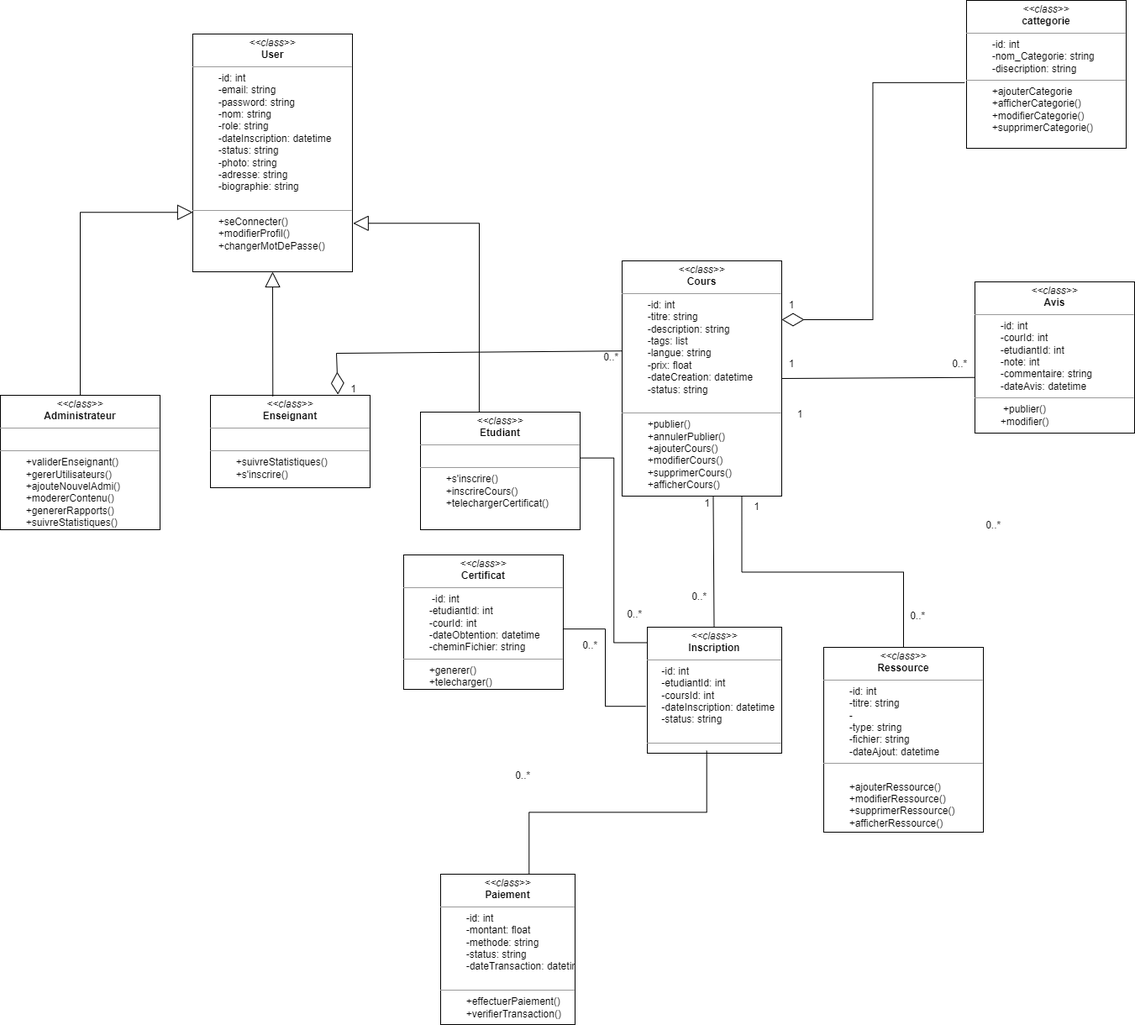
This is project/Z.les diagram/Digram_de_class.drawio.png from ridasersif/Digital-School-Le-fil-rouge, a draw.io export, as it was before one commit. Source tidied: cells renumbered, new cells last; positions are measured from the earlier drawing's top-left corner, leaving out a move shared by most shapes.
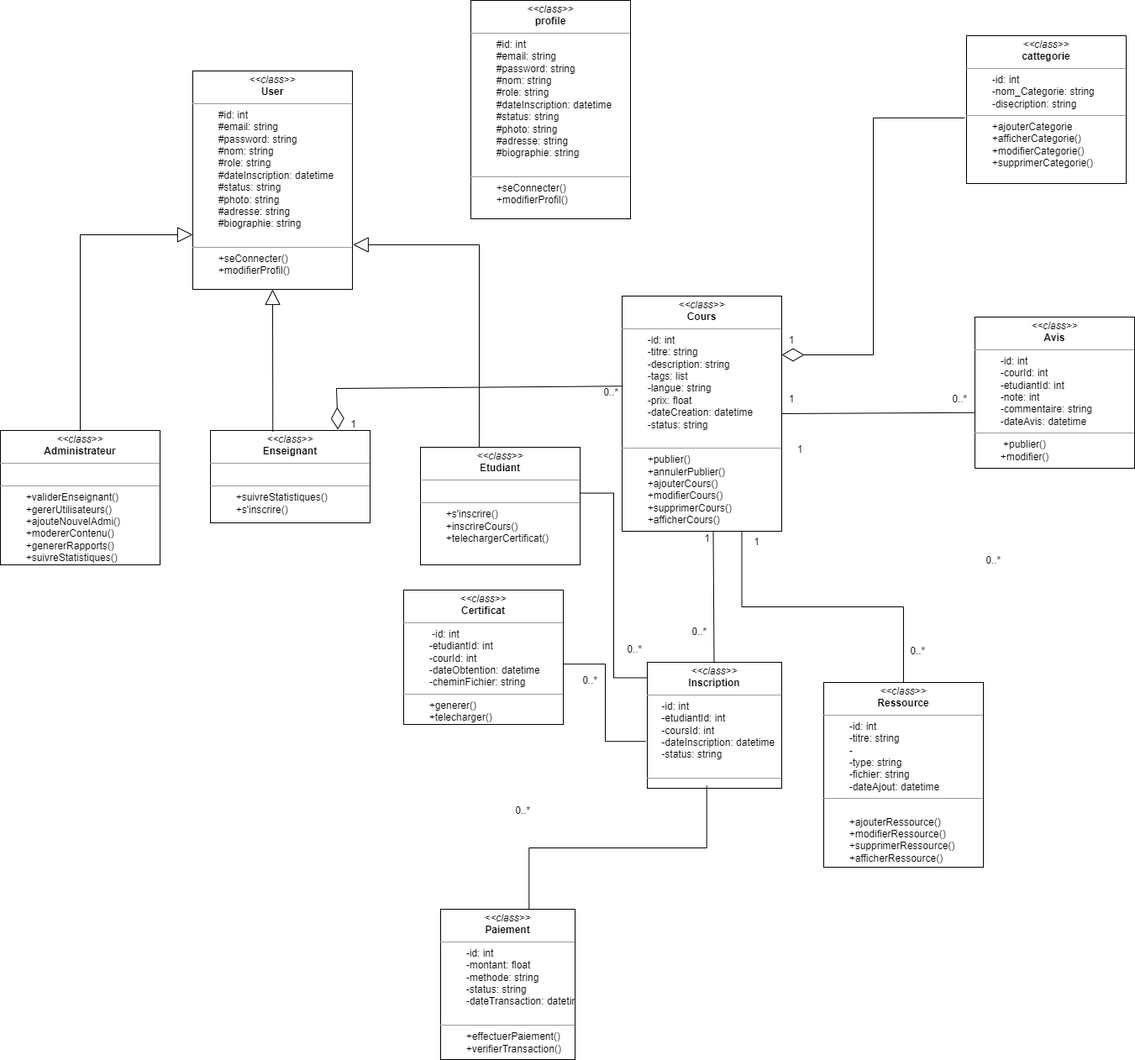
After the change.

Diff of the diagram source:
```diff
@@ -8,8 +8,8 @@
     <mxCell id="3" value="&lt;p style=&quot;margin:0px;margin-top:4px;text-align:center;&quot;&gt;&lt;i&gt;&amp;lt;&amp;lt;class&amp;gt;&amp;gt;&lt;/i&gt;&lt;br&gt;&lt;b&gt;Administrateur&lt;/b&gt;&lt;/p&gt;&lt;hr size=&quot;1&quot;&gt;&lt;p style=&quot;margin:0px;margin-left:4px;&quot;&gt;&lt;span style=&quot;white-space: pre;&quot;&gt;&#9;&lt;/span&gt;&lt;/p&gt;&lt;hr size=&quot;1&quot;&gt;&lt;p style=&quot;margin: 0px 0px 0px 4px;&quot;&gt;&lt;span style=&quot;white-space: pre;&quot;&gt;&#9;&lt;/span&gt;+validerEnseignant()&lt;/p&gt;&lt;p style=&quot;margin: 0px 0px 0px 4px;&quot;&gt;&amp;nbsp; &amp;nbsp; &amp;nbsp; &amp;nbsp; +gererUtilisateurs()&lt;/p&gt;&lt;p style=&quot;margin: 0px 0px 0px 4px;&quot;&gt;&lt;span style=&quot;white-space-collapse: preserve;&quot;&gt;&#9;&lt;/span&gt;+ajouteNouvelAdmi()&lt;/p&gt;&lt;p style=&quot;margin: 0px 0px 0px 4px;&quot;&gt;&amp;nbsp; &amp;nbsp; &amp;nbsp; &amp;nbsp; +modererContenu()&lt;/p&gt;&lt;p style=&quot;margin: 0px 0px 0px 4px;&quot;&gt;&amp;nbsp; &amp;nbsp; &amp;nbsp; &amp;nbsp; +genererRapports()&lt;/p&gt;&lt;p style=&quot;margin: 0px 0px 0px 4px;&quot;&gt;&lt;span style=&quot;white-space: pre;&quot;&gt;&#9;&lt;/span&gt;&lt;span style=&quot;background-color: transparent; color: light-dark(rgb(0, 0, 0), rgb(255, 255, 255));&quot;&gt;+suivreStatistiques()&lt;/span&gt;&lt;br&gt;&lt;/p&gt;&lt;p style=&quot;margin: 0px 0px 0px 4px;&quot;&gt;&lt;br&gt;&lt;/p&gt;" style="verticalAlign=top;align=left;overflow=fill;fontSize=12;fontFamily=Helvetica;html=1;rounded=0;shadow=0;comic=0;labelBackgroundColor=none;strokeWidth=1;" parent="1" vertex="1">
       <mxGeometry y="470" width="190" height="160" as="geometry" />
     </mxCell>
-    <mxCell id="4" value="&lt;p style=&quot;margin: 4px 0px 0px; text-align: center;&quot;&gt;&lt;i&gt;&amp;lt;&amp;lt;class&amp;gt;&amp;gt;&lt;/i&gt;&lt;br&gt;&lt;b&gt;User&lt;/b&gt;&lt;/p&gt;&lt;hr size=&quot;1&quot;&gt;&lt;p style=&quot;margin: 0px 0px 0px 4px;&quot;&gt;&amp;nbsp; &amp;nbsp; &amp;nbsp; &amp;nbsp; -id: int&lt;/p&gt;&lt;p style=&quot;margin: 0px 0px 0px 4px;&quot;&gt;&amp;nbsp; &amp;nbsp; &amp;nbsp; &amp;nbsp; -email: string&lt;/p&gt;&lt;p style=&quot;margin: 0px 0px 0px 4px;&quot;&gt;&amp;nbsp; &amp;nbsp; &amp;nbsp; &amp;nbsp; -password: string&lt;/p&gt;&lt;p style=&quot;margin: 0px 0px 0px 4px;&quot;&gt;&amp;nbsp; &amp;nbsp; &amp;nbsp; &amp;nbsp; -nom: string&lt;/p&gt;&lt;p style=&quot;margin: 0px 0px 0px 4px;&quot;&gt;&amp;nbsp; &amp;nbsp; &amp;nbsp; &amp;nbsp; -role: string&lt;/p&gt;&lt;p style=&quot;margin: 0px 0px 0px 4px;&quot;&gt;&amp;nbsp; &amp;nbsp; &amp;nbsp; &amp;nbsp; -dateInscription: datetime&lt;/p&gt;&lt;p style=&quot;margin: 0px 0px 0px 4px;&quot;&gt;&amp;nbsp; &amp;nbsp; &amp;nbsp; &amp;nbsp; -status: string&lt;/p&gt;&lt;p style=&quot;margin: 0px 0px 0px 4px;&quot;&gt;&lt;span style=&quot;white-space-collapse: collapse;&quot;&gt;&lt;span style=&quot;white-space-collapse: preserve;&quot;&gt;&#9;&lt;/span&gt;-photo: string&lt;/span&gt;&lt;/p&gt;&lt;p style=&quot;margin: 0px 0px 0px 4px;&quot;&gt;&lt;span style=&quot;white-space-collapse: collapse;&quot;&gt;&lt;span style=&quot;white-space-collapse: preserve;&quot;&gt;&#9;&lt;/span&gt;-adresse: string&lt;/span&gt;&lt;/p&gt;&lt;p style=&quot;margin: 0px 0px 0px 4px;&quot;&gt;&lt;span style=&quot;white-space-collapse: collapse;&quot;&gt;&lt;span style=&quot;white-space-collapse: preserve;&quot;&gt;&#9;&lt;/span&gt;-biographie: string&lt;/span&gt;&lt;/p&gt;&lt;div&gt;&lt;br&gt;&lt;/div&gt;&lt;hr size=&quot;1&quot;&gt;&lt;p style=&quot;margin: 0px 0px 0px 4px;&quot;&gt;&amp;nbsp;&lt;span style=&quot;white-space: pre;&quot;&gt;&#9;&lt;/span&gt;+seConnecter()&lt;/p&gt;&lt;p style=&quot;margin: 0px 0px 0px 4px;&quot;&gt;&amp;nbsp; &amp;nbsp; &amp;nbsp; &amp;nbsp; +modifierProfil()&lt;/p&gt;&lt;p style=&quot;margin: 0px 0px 0px 4px;&quot;&gt;&amp;nbsp; &amp;nbsp; &amp;nbsp; &amp;nbsp; +changerMotDePasse()&lt;/p&gt;" style="verticalAlign=top;align=left;overflow=fill;fontSize=12;fontFamily=Helvetica;html=1;rounded=0;shadow=0;comic=0;labelBackgroundColor=none;strokeWidth=1;" parent="1" vertex="1">
-      <mxGeometry x="229" y="40" width="190" height="283" as="geometry" />
+    <mxCell id="4" value="&lt;p style=&quot;margin: 4px 0px 0px; text-align: center;&quot;&gt;&lt;i&gt;&amp;lt;&amp;lt;class&amp;gt;&amp;gt;&lt;/i&gt;&lt;br&gt;&lt;b&gt;User&lt;/b&gt;&lt;/p&gt;&lt;hr size=&quot;1&quot;&gt;&lt;p style=&quot;margin: 0px 0px 0px 4px;&quot;&gt;&amp;nbsp; &amp;nbsp; &amp;nbsp; &amp;nbsp; #id: int&lt;/p&gt;&lt;p style=&quot;margin: 0px 0px 0px 4px;&quot;&gt;&amp;nbsp; &amp;nbsp; &amp;nbsp; &amp;nbsp; #email: string&lt;/p&gt;&lt;p style=&quot;margin: 0px 0px 0px 4px;&quot;&gt;&amp;nbsp; &amp;nbsp; &amp;nbsp; &amp;nbsp; #password: string&lt;/p&gt;&lt;p style=&quot;margin: 0px 0px 0px 4px;&quot;&gt;&amp;nbsp; &amp;nbsp; &amp;nbsp; &amp;nbsp; #nom: string&lt;/p&gt;&lt;p style=&quot;margin: 0px 0px 0px 4px;&quot;&gt;&amp;nbsp; &amp;nbsp; &amp;nbsp; &amp;nbsp; #role: string&lt;/p&gt;&lt;p style=&quot;margin: 0px 0px 0px 4px;&quot;&gt;&amp;nbsp; &amp;nbsp; &amp;nbsp; &amp;nbsp; #dateInscription: datetime&lt;/p&gt;&lt;p style=&quot;margin: 0px 0px 0px 4px;&quot;&gt;&amp;nbsp; &amp;nbsp; &amp;nbsp; &amp;nbsp; #status: string&lt;/p&gt;&lt;p style=&quot;margin: 0px 0px 0px 4px;&quot;&gt;&lt;span style=&quot;white-space-collapse: collapse;&quot;&gt;&lt;span style=&quot;white-space-collapse: preserve;&quot;&gt;&#9;&lt;/span&gt;#photo: string&lt;/span&gt;&lt;/p&gt;&lt;p style=&quot;margin: 0px 0px 0px 4px;&quot;&gt;&lt;span style=&quot;white-space-collapse: collapse;&quot;&gt;&lt;span style=&quot;white-space-collapse: preserve;&quot;&gt;&#9;&lt;/span&gt;#adresse: string&lt;/span&gt;&lt;/p&gt;&lt;p style=&quot;margin: 0px 0px 0px 4px;&quot;&gt;&lt;span style=&quot;white-space-collapse: collapse;&quot;&gt;&lt;span style=&quot;white-space-collapse: preserve;&quot;&gt;&#9;&lt;/span&gt;#biographie: string&lt;/span&gt;&lt;/p&gt;&lt;div&gt;&lt;br&gt;&lt;/div&gt;&lt;hr size=&quot;1&quot;&gt;&lt;p style=&quot;margin: 0px 0px 0px 4px;&quot;&gt;&amp;nbsp;&lt;span style=&quot;white-space: pre;&quot;&gt;&#9;&lt;/span&gt;+seConnecter()&lt;/p&gt;&lt;p style=&quot;margin: 0px 0px 0px 4px;&quot;&gt;&amp;nbsp; &amp;nbsp; &amp;nbsp; &amp;nbsp; +modifierProfil()&lt;/p&gt;" style="verticalAlign=top;align=left;overflow=fill;fontSize=12;fontFamily=Helvetica;html=1;rounded=0;shadow=0;comic=0;labelBackgroundColor=none;strokeWidth=1;" parent="1" vertex="1">
+      <mxGeometry x="229" y="42" width="190" height="260" as="geometry" />
     </mxCell>
     <mxCell id="5" value="&lt;p style=&quot;margin:0px;margin-top:4px;text-align:center;&quot;&gt;&lt;i&gt;&amp;lt;&amp;lt;class&amp;gt;&amp;gt;&lt;/i&gt;&lt;br&gt;&lt;b&gt;Etudiant&lt;/b&gt;&lt;/p&gt;&lt;hr size=&quot;1&quot;&gt;&lt;p style=&quot;margin:0px;margin-left:4px;&quot;&gt;&lt;br&gt;&lt;/p&gt;&lt;hr size=&quot;1&quot;&gt;&lt;p style=&quot;margin: 0px 0px 0px 4px;&quot;&gt;&lt;span style=&quot;white-space-collapse: preserve;&quot;&gt;&#9;&lt;/span&gt;+s'inscrire()&lt;/p&gt;&lt;p style=&quot;margin: 0px 0px 0px 4px;&quot;&gt;&amp;nbsp; &amp;nbsp; &amp;nbsp; &amp;nbsp; +inscrireCours()&lt;/p&gt;&lt;p style=&quot;margin: 0px 0px 0px 4px;&quot;&gt;&amp;nbsp; &amp;nbsp; &amp;nbsp; &amp;nbsp; +telechargerCertificat()&lt;/p&gt;" style="verticalAlign=top;align=left;overflow=fill;fontSize=12;fontFamily=Helvetica;html=1;rounded=0;shadow=0;comic=0;labelBackgroundColor=none;strokeWidth=1;" parent="1" vertex="1">
       <mxGeometry x="500" y="490" width="190" height="140" as="geometry" />
@@ -126,5 +126,8 @@
         </Array>
       </mxGeometry>
     </mxCell>
+    <mxCell id="38" value="&lt;p style=&quot;margin: 4px 0px 0px; text-align: center;&quot;&gt;&lt;i&gt;&amp;lt;&amp;lt;class&amp;gt;&amp;gt;&lt;/i&gt;&lt;br&gt;&lt;b&gt;profile&lt;/b&gt;&lt;/p&gt;&lt;hr size=&quot;1&quot;&gt;&lt;p style=&quot;margin: 0px 0px 0px 4px;&quot;&gt;&amp;nbsp; &amp;nbsp; &amp;nbsp; &amp;nbsp; #id: int&lt;/p&gt;&lt;p style=&quot;margin: 0px 0px 0px 4px;&quot;&gt;&amp;nbsp; &amp;nbsp; &amp;nbsp; &amp;nbsp; #email: string&lt;/p&gt;&lt;p style=&quot;margin: 0px 0px 0px 4px;&quot;&gt;&amp;nbsp; &amp;nbsp; &amp;nbsp; &amp;nbsp; #password: string&lt;/p&gt;&lt;p style=&quot;margin: 0px 0px 0px 4px;&quot;&gt;&amp;nbsp; &amp;nbsp; &amp;nbsp; &amp;nbsp; #nom: string&lt;/p&gt;&lt;p style=&quot;margin: 0px 0px 0px 4px;&quot;&gt;&amp;nbsp; &amp;nbsp; &amp;nbsp; &amp;nbsp; #role: string&lt;/p&gt;&lt;p style=&quot;margin: 0px 0px 0px 4px;&quot;&gt;&amp;nbsp; &amp;nbsp; &amp;nbsp; &amp;nbsp; #dateInscription: datetime&lt;/p&gt;&lt;p style=&quot;margin: 0px 0px 0px 4px;&quot;&gt;&amp;nbsp; &amp;nbsp; &amp;nbsp; &amp;nbsp; #status: string&lt;/p&gt;&lt;p style=&quot;margin: 0px 0px 0px 4px;&quot;&gt;&lt;span style=&quot;white-space-collapse: collapse;&quot;&gt;&lt;span style=&quot;white-space-collapse: preserve;&quot;&gt;&#9;&lt;/span&gt;#photo: string&lt;/span&gt;&lt;/p&gt;&lt;p style=&quot;margin: 0px 0px 0px 4px;&quot;&gt;&lt;span style=&quot;white-space-collapse: collapse;&quot;&gt;&lt;span style=&quot;white-space-collapse: preserve;&quot;&gt;&#9;&lt;/span&gt;#adresse: string&lt;/span&gt;&lt;/p&gt;&lt;p style=&quot;margin: 0px 0px 0px 4px;&quot;&gt;&lt;span style=&quot;white-space-collapse: collapse;&quot;&gt;&lt;span style=&quot;white-space-collapse: preserve;&quot;&gt;&#9;&lt;/span&gt;#biographie: string&lt;/span&gt;&lt;/p&gt;&lt;div&gt;&lt;br&gt;&lt;/div&gt;&lt;hr size=&quot;1&quot;&gt;&lt;p style=&quot;margin: 0px 0px 0px 4px;&quot;&gt;&amp;nbsp;&lt;span style=&quot;white-space: pre;&quot;&gt;&#9;&lt;/span&gt;+seConnecter()&lt;/p&gt;&lt;p style=&quot;margin: 0px 0px 0px 4px;&quot;&gt;&amp;nbsp; &amp;nbsp; &amp;nbsp; &amp;nbsp; +modifierProfil()&lt;/p&gt;" style="verticalAlign=top;align=left;overflow=fill;fontSize=12;fontFamily=Helvetica;html=1;rounded=0;shadow=0;comic=0;labelBackgroundColor=none;strokeWidth=1;" parent="1" vertex="1">
+      <mxGeometry x="560" y="-42" width="190" height="260" as="geometry" />
+    </mxCell>
   </root>
 </mxGraphModel>
```
